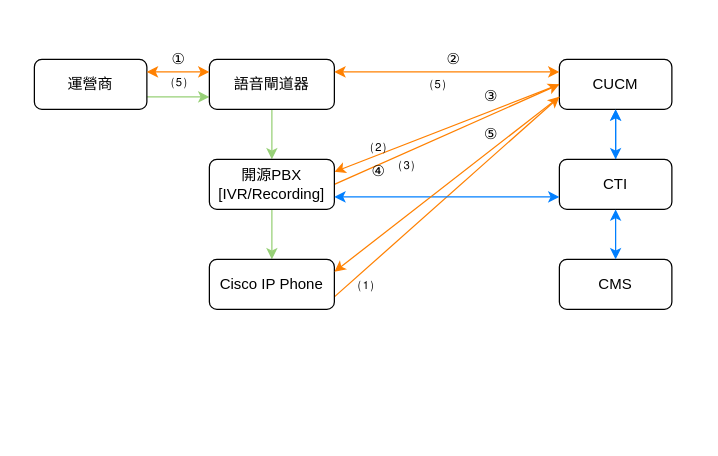
Earlier version of the draw.io diagram CTI.drawio (kid1214/draw). Source tidied: cells renumbered, new cells numbered last; positions are measured from the earlier drawing's top-left corner, leaving out a move shared by most shapes. Both pictures are drawn from the tidied source at 125%, with x=0, y=0 at pixel (34, 46).
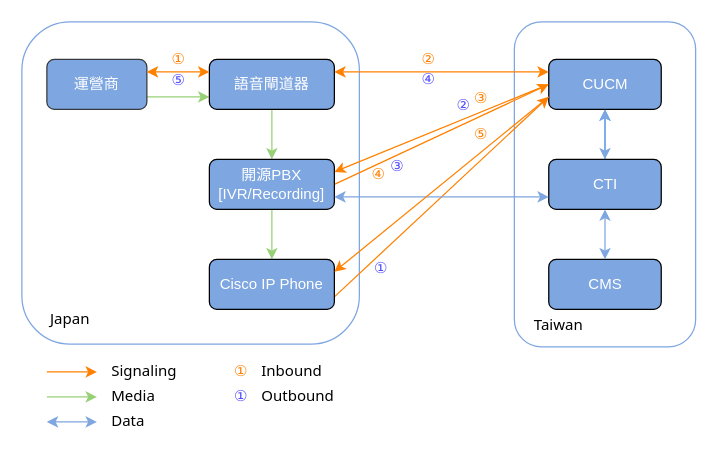
Above is the later version.

What changed in the source:
```diff
@@
+    <mxCell id="32" style="rounded=1;whiteSpace=wrap;html=1;fillColor=#FFFFFF;strokeColor=#7EA6E0;" parent="1" vertex="1">
+      <mxGeometry x="384" y="-20" width="145" height="260" as="geometry" />
+    </mxCell>
+    <mxCell id="33" style="rounded=1;whiteSpace=wrap;html=1;fillColor=#FFFFFF;strokeColor=#7EA6E0;" parent="1" vertex="1">
+      <mxGeometry x="-10" y="-20" width="270" height="257.8" as="geometry" />
+    </mxCell>
@@
-    <mxCell id="3" value="運營商" style="rounded=1;whiteSpace=wrap;html=1;fontSize=12;glass=0;strokeWidth=1;shadow=0;" parent="1" vertex="1">
-      <mxGeometry y="10" width="90" height="40" as="geometry" />
+    <mxCell id="3" value="&lt;font color=&quot;#ffffff&quot;&gt;運營商&lt;/font&gt;" style="rounded=1;whiteSpace=wrap;html=1;fontSize=12;glass=0;strokeWidth=1;shadow=0;strokeColor=#36393d;fillColor=#7EA6E0;" parent="1" vertex="1">
+      <mxGeometry x="10" y="10" width="80" height="40" as="geometry" />
     </mxCell>
@@
-    <mxCell id="5" value="CUCM" style="rounded=1;whiteSpace=wrap;html=1;fontSize=12;glass=0;strokeWidth=1;shadow=0;" parent="1" vertex="1">
-      <mxGeometry x="420" y="10" width="90" height="40" as="geometry" />
+    <mxCell id="5" value="CUCM" style="rounded=1;whiteSpace=wrap;html=1;fontSize=12;glass=0;strokeWidth=1;shadow=0;fillColor=#7EA6E0;fontColor=#FFFFFF;" parent="1" vertex="1">
+      <mxGeometry x="411.5" y="10" width="90" height="40" as="geometry" />
     </mxCell>
-    <mxCell id="6" value="CMS" style="rounded=1;whiteSpace=wrap;html=1;fontSize=12;glass=0;strokeWidth=1;shadow=0;" parent="1" vertex="1">
-      <mxGeometry x="420" y="170" width="90" height="40" as="geometry" />
+    <mxCell id="6" value="CMS" style="rounded=1;whiteSpace=wrap;html=1;fontSize=12;glass=0;strokeWidth=1;shadow=0;fillColor=#7EA6E0;fontColor=#FFFFFF;" parent="1" vertex="1">
+      <mxGeometry x="411.5" y="170" width="90" height="40" as="geometry" />
     </mxCell>
@@
-    <mxCell id="8" value="CTI" style="rounded=1;whiteSpace=wrap;html=1;fontSize=12;glass=0;strokeWidth=1;shadow=0;" parent="1" vertex="1">
-      <mxGeometry x="420" y="90" width="90" height="40" as="geometry" />
+    <mxCell id="8" value="CTI" style="rounded=1;whiteSpace=wrap;html=1;fontSize=12;glass=0;strokeWidth=1;shadow=0;fillColor=#7EA6E0;fontColor=#FFFFFF;" parent="1" vertex="1">
+      <mxGeometry x="411.5" y="90" width="90" height="40" as="geometry" />
     </mxCell>
@@
-    <mxCell id="10" value="語音閘道器" style="rounded=1;whiteSpace=wrap;html=1;fontSize=12;glass=0;strokeWidth=1;shadow=0;" parent="1" vertex="1">
+    <mxCell id="10" value="語音閘道器" style="rounded=1;whiteSpace=wrap;html=1;fontSize=12;glass=0;strokeWidth=1;shadow=0;fillColor=#7EA6E0;fontColor=#FFFFFF;" parent="1" vertex="1">
       <mxGeometry x="140" y="10" width="100" height="40" as="geometry" />
     </mxCell>
@@
-    <mxCell id="13" value="開源PBX&lt;br&gt;[IVR/Recording]" style="rounded=1;whiteSpace=wrap;html=1;fontSize=12;glass=0;strokeWidth=1;shadow=0;" parent="1" vertex="1">
+    <mxCell id="13" value="開源PBX&lt;br&gt;[IVR/Recording]" style="rounded=1;whiteSpace=wrap;html=1;fontSize=12;glass=0;strokeWidth=1;shadow=0;fillColor=#7EA6E0;fontColor=#FFFFFF;" parent="1" vertex="1">
       <mxGeometry x="140" y="90" width="100" height="40" as="geometry" />
     </mxCell>
@@
-    <mxCell id="15" value="Cisco IP Phone" style="rounded=1;whiteSpace=wrap;html=1;fontSize=12;glass=0;strokeWidth=1;shadow=0;" parent="1" vertex="1">
+    <mxCell id="15" value="Cisco IP Phone" style="rounded=1;whiteSpace=wrap;html=1;fontSize=12;glass=0;strokeWidth=1;shadow=0;fillColor=#7EA6E0;fontColor=#FFFFFF;" parent="1" vertex="1">
       <mxGeometry x="140" y="170" width="100" height="40" as="geometry" />
     </mxCell>
-    <mxCell id="16" style="endArrow=classic;startArrow=classic;html=1;exitX=1;exitY=0.75;exitDx=0;exitDy=0;strokeColor=#007FFF;entryX=0;entryY=0.75;entryDx=0;entryDy=0;" parent="1" edge="1" source="13" target="8">
+    <mxCell id="16" style="endArrow=classic;startArrow=classic;html=1;exitX=1;exitY=0.75;exitDx=0;exitDy=0;entryX=0;entryY=0.75;entryDx=0;entryDy=0;strokeColor=#7EA6E0;" parent="1" edge="1" source="13" target="8">
       <mxGeometry relative="1" as="geometry" />
     </mxCell>
-    <mxCell id="17" style="endArrow=classic;startArrow=classic;html=1;entryX=0.5;entryY=1;entryDx=0;entryDy=0;strokeColor=#007FFF;exitX=0.5;exitY=0;exitDx=0;exitDy=0;" parent="1" edge="1" source="8" target="5">
+    <mxCell id="17" style="endArrow=classic;startArrow=classic;html=1;entryX=0.5;entryY=1;entryDx=0;entryDy=0;exitX=0.5;exitY=0;exitDx=0;exitDy=0;strokeColor=#7EA6E0;" parent="1" edge="1" source="8" target="5">
       <mxGeometry relative="1" as="geometry" />
     </mxCell>
-    <mxCell id="18" style="endArrow=classic;startArrow=classic;html=1;entryX=0.5;entryY=0;entryDx=0;entryDy=0;exitX=0.5;exitY=1;exitDx=0;exitDy=0;fillColor=#3399FF;strokeColor=#007FFF;" parent="1" edge="1" source="8" target="6">
+    <mxCell id="18" style="endArrow=classic;startArrow=classic;html=1;entryX=0.5;entryY=0;entryDx=0;entryDy=0;exitX=0.5;exitY=1;exitDx=0;exitDy=0;fillColor=#3399FF;strokeColor=#7EA6E0;" parent="1" edge="1" source="8" target="6">
       <mxGeometry relative="1" as="geometry" />
     </mxCell>
@@
-    <mxCell id="22" value="①" style="text;html=1;align=center;verticalAlign=middle;strokeColor=none;" parent="1" vertex="1">
+    <mxCell id="22" value="①" style="text;html=1;align=center;verticalAlign=middle;strokeColor=none;fontColor=#FF8000;" parent="1" vertex="1">
       <mxGeometry x="100" width="30" height="20" as="geometry" />
     </mxCell>
-    <mxCell id="23" value="②" style="text;html=1;align=center;verticalAlign=middle;strokeColor=none;" parent="1" vertex="1">
-      <mxGeometry x="320" width="30" height="20" as="geometry" />
+    <mxCell id="23" value="②" style="text;html=1;align=center;verticalAlign=middle;strokeColor=none;fontColor=#FF8000;" parent="1" vertex="1">
+      <mxGeometry x="300" width="30" height="20" as="geometry" />
     </mxCell>
-    <mxCell id="24" value="③" style="text;html=1;align=center;verticalAlign=middle;strokeColor=none;" parent="1" vertex="1">
-      <mxGeometry x="350" y="30" width="30" height="20" as="geometry" />
+    <mxCell id="24" value="③" style="text;html=1;align=center;verticalAlign=middle;strokeColor=none;fontColor=#FF8000;" parent="1" vertex="1">
+      <mxGeometry x="342" y="31" width="30" height="20" as="geometry" />
     </mxCell>
-    <mxCell id="25" value="④" style="text;html=1;align=center;verticalAlign=middle;strokeColor=none;" parent="1" vertex="1">
-      <mxGeometry x="260" y="90" width="30" height="20" as="geometry" />
+    <mxCell id="25" value="④" style="text;html=1;align=center;verticalAlign=middle;strokeColor=none;fontColor=#FF8000;" parent="1" vertex="1">
+      <mxGeometry x="260" y="92" width="30" height="20" as="geometry" />
     </mxCell>
-    <mxCell id="26" value="⑤" style="text;html=1;align=center;verticalAlign=middle;strokeColor=none;" parent="1" vertex="1">
-      <mxGeometry x="350" y="60" width="30" height="20" as="geometry" />
+    <mxCell id="26" value="⑤" style="text;html=1;align=center;verticalAlign=middle;strokeColor=none;fontColor=#FF8000;" parent="1" vertex="1">
+      <mxGeometry x="342" y="60" width="30" height="20" as="geometry" />
     </mxCell>
-    <mxCell id="27" value="⑴" style="text;html=1;align=center;verticalAlign=middle;strokeColor=none;" parent="1" vertex="1">
-      <mxGeometry x="250" y="180" width="30" height="20" as="geometry" />
-    </mxCell>
-    <mxCell id="28" value="⑵" style="text;html=1;align=center;verticalAlign=middle;strokeColor=none;" parent="1" vertex="1">
-      <mxGeometry x="260" y="70" width="30" height="20" as="geometry" />
-    </mxCell>
-    <mxCell id="29" value="⑶" style="text;whiteSpace=wrap;html=1;" parent="1" vertex="1">
-      <mxGeometry x="290" y="80" width="40" height="30" as="geometry" />
-    </mxCell>
-    <mxCell id="30" value="⑸" style="text;whiteSpace=wrap;html=1;" parent="1" vertex="1">
-      <mxGeometry x="108" y="14" width="40" height="30" as="geometry" />
-    </mxCell>
-    <mxCell id="31" value="⑸" style="text;whiteSpace=wrap;html=1;" parent="1" vertex="1">
-      <mxGeometry x="315" y="15" width="40" height="30" as="geometry" />
-    </mxCell>
+    <mxCell id="34" value="①" style="text;html=1;align=center;verticalAlign=middle;strokeColor=none;fontColor=#524DFF;" parent="1" vertex="1">
+      <mxGeometry x="262" y="167" width="30" height="20" as="geometry" />
+    </mxCell>
+    <mxCell id="35" value="③" style="text;html=1;align=center;verticalAlign=middle;strokeColor=none;fontColor=#524DFF;" parent="1" vertex="1">
+      <mxGeometry x="275" y="86" width="30" height="20" as="geometry" />
+    </mxCell>
+    <mxCell id="36" value="②" style="text;html=1;align=center;verticalAlign=middle;strokeColor=none;fontColor=#524DFF;" parent="1" vertex="1">
+      <mxGeometry x="328" y="37" width="30" height="20" as="geometry" />
+    </mxCell>
+    <mxCell id="37" value="④" style="text;html=1;align=center;verticalAlign=middle;strokeColor=none;fontColor=#524DFF;" parent="1" vertex="1">
+      <mxGeometry x="300" y="16" width="30" height="20" as="geometry" />
+    </mxCell>
+    <mxCell id="38" value="⑤" style="text;html=1;align=center;verticalAlign=middle;strokeColor=none;fontColor=#524DFF;" parent="1" vertex="1">
+      <mxGeometry x="100" y="17" width="30" height="20" as="geometry" />
+    </mxCell>
+    <mxCell id="39" style="edgeStyle=none;rounded=0;orthogonalLoop=1;jettySize=auto;html=1;exitX=1;exitY=0.75;exitDx=0;exitDy=0;strokeColor=#FF8000;fillColor=#3399FF;" parent="1" edge="1">
+      <mxGeometry relative="1" as="geometry">
+        <mxPoint x="10" y="260" as="sourcePoint" />
+        <mxPoint x="50" y="260" as="targetPoint" />
+      </mxGeometry>
+    </mxCell>
+    <mxCell id="40" style="edgeStyle=orthogonalEdgeStyle;rounded=0;orthogonalLoop=1;jettySize=auto;html=1;strokeColor=#97D077;" parent="1" edge="1">
+      <mxGeometry relative="1" as="geometry">
+        <mxPoint x="10" y="280" as="sourcePoint" />
+        <mxPoint x="50" y="280" as="targetPoint" />
+        <Array as="points">
+          <mxPoint x="50" y="280" />
+          <mxPoint x="50" y="280" />
+        </Array>
+      </mxGeometry>
+    </mxCell>
+    <mxCell id="41" style="endArrow=classic;startArrow=classic;html=1;exitX=1;exitY=0.75;exitDx=0;exitDy=0;strokeColor=#7EA6E0;" parent="1" edge="1">
+      <mxGeometry relative="1" as="geometry">
+        <mxPoint x="10" y="300" as="sourcePoint" />
+        <mxPoint x="50" y="300" as="targetPoint" />
+      </mxGeometry>
+    </mxCell>
+    <mxCell id="42" value="Signaling" style="text;html=1;align=left;verticalAlign=middle;strokeColor=none;fontFamily=Tahoma;" parent="1" vertex="1">
+      <mxGeometry x="60" y="250" width="60" height="20" as="geometry" />
+    </mxCell>
+    <mxCell id="43" value="Media" style="text;html=1;align=left;verticalAlign=middle;strokeColor=none;fontFamily=Tahoma;" parent="1" vertex="1">
+      <mxGeometry x="60" y="270" width="50" height="20" as="geometry" />
+    </mxCell>
+    <mxCell id="44" value="Data" style="text;html=1;align=left;verticalAlign=middle;strokeColor=none;fontFamily=Tahoma;" parent="1" vertex="1">
+      <mxGeometry x="60" y="290" width="40" height="20" as="geometry" />
+    </mxCell>
+    <mxCell id="45" value="①" style="text;html=1;align=center;verticalAlign=middle;strokeColor=none;fontColor=#FF8000;" parent="1" vertex="1">
+      <mxGeometry x="150" y="250" width="30" height="20" as="geometry" />
+    </mxCell>
+    <mxCell id="46" value="①" style="text;html=1;align=center;verticalAlign=middle;strokeColor=none;fontColor=#524DFF;" parent="1" vertex="1">
+      <mxGeometry x="150" y="270" width="30" height="20" as="geometry" />
+    </mxCell>
+    <mxCell id="47" value="Inbound" style="text;html=1;align=left;verticalAlign=middle;strokeColor=none;fontFamily=Tahoma;" parent="1" vertex="1">
+      <mxGeometry x="180" y="250" width="60" height="20" as="geometry" />
+    </mxCell>
+    <mxCell id="48" value="Outbound" style="text;html=1;align=left;verticalAlign=middle;strokeColor=none;fontFamily=Tahoma;" parent="1" vertex="1">
+      <mxGeometry x="180" y="270" width="70" height="20" as="geometry" />
+    </mxCell>
+    <mxCell id="49" value="Japan" style="text;html=1;align=left;verticalAlign=middle;strokeColor=none;fontFamily=Tahoma;fontColor=#000000;" parent="1" vertex="1">
+      <mxGeometry x="11" y="208" width="50" height="20" as="geometry" />
+    </mxCell>
+    <mxCell id="50" value="Taiwan" style="text;html=1;align=left;verticalAlign=middle;strokeColor=none;fontFamily=Tahoma;fontColor=#000000;" parent="1" vertex="1">
+      <mxGeometry x="398" y="213" width="50" height="20" as="geometry" />
+    </mxCell>
```
